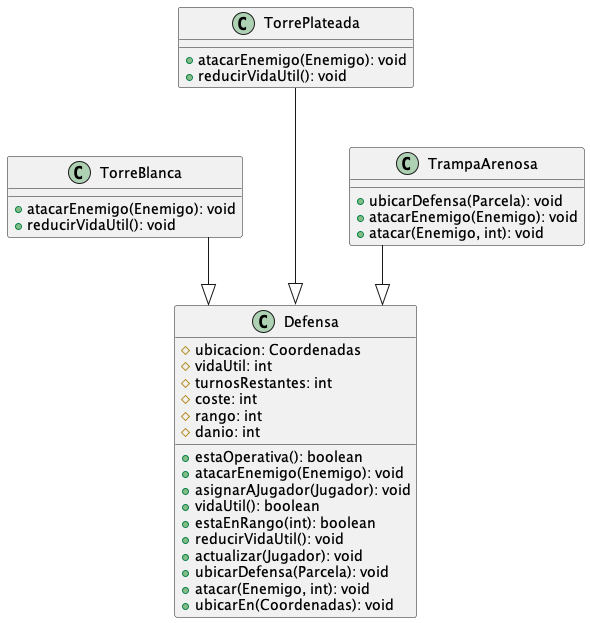
The PlantUML diagram diagrams/classes/defensa.png in franzimbi/algo3_tp2, before a commit.
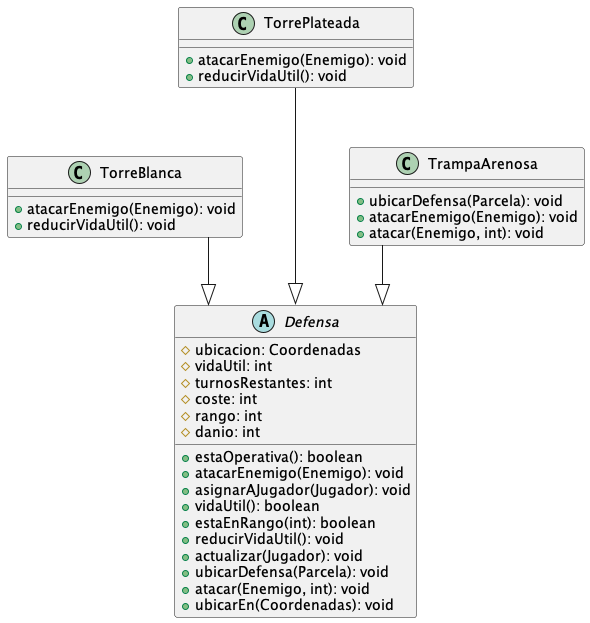
The same file after the commit.

Change to the diagram source:
```diff
@@ -2,7 +2,7 @@
 top to bottom direction
 skinparam linetype ortho
 
-class Defensa {
+abstract Defensa {
   # ubicacion: Coordenadas
   # vidaUtil: int
   # turnosRestantes: int
```
